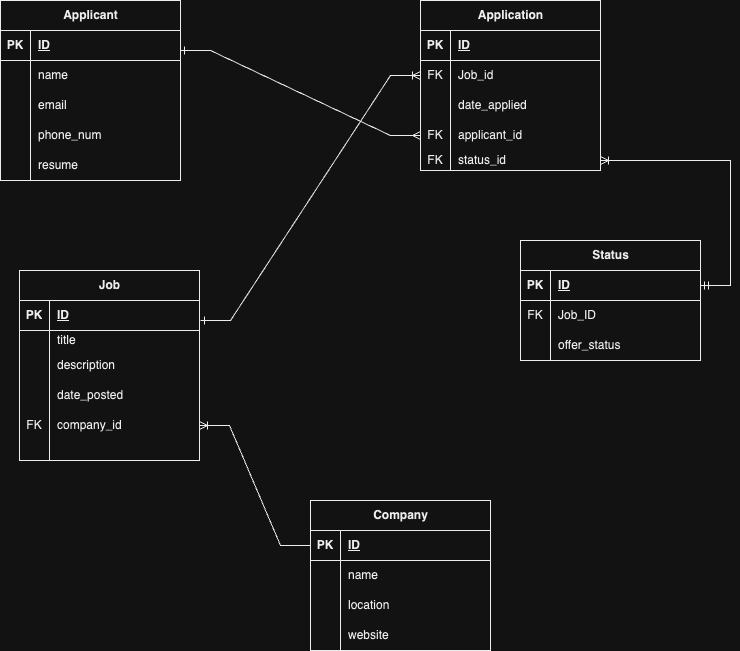
Above: docs/ERD_job_app.drawio.png in Looch8/T2A2-Webserver_API (draw.io), before the change. Source tidied: cells renumbered, new cells last; positions are measured from the earlier drawing's top-left corner, leaving out a move shared by most shapes.
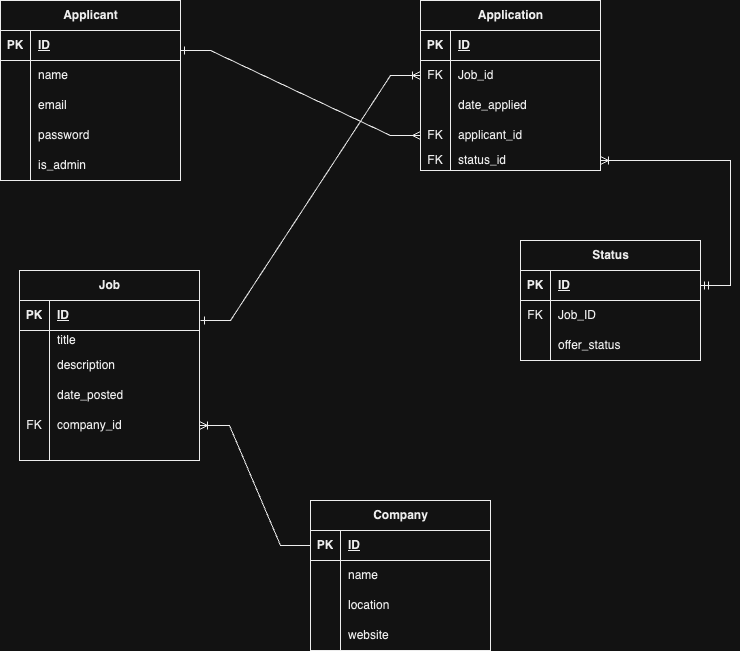
Later version of the same file.

Commit message:
created applicant model and schema

Diff of the diagram source:
```diff
@@ -38,7 +38,7 @@
     <mxCell id="13" style="shape=partialRectangle;fillColor=none;top=0;left=0;bottom=0;right=0;overflow=hidden;whiteSpace=wrap;html=1;" parent="12" vertex="1">
       <mxGeometry width="30" height="30" as="geometry" />
     </mxCell>
-    <mxCell id="14" value="phone_num" style="shape=partialRectangle;fillColor=none;top=0;left=0;bottom=0;right=0;align=left;spacingLeft=6;overflow=hidden;whiteSpace=wrap;html=1;" parent="12" vertex="1">
+    <mxCell id="14" value="password" style="shape=partialRectangle;fillColor=none;top=0;left=0;bottom=0;right=0;align=left;spacingLeft=6;overflow=hidden;whiteSpace=wrap;html=1;" parent="12" vertex="1">
       <mxGeometry x="30" width="150" height="30" as="geometry" />
     </mxCell>
     <mxCell id="15" style="shape=tableRow;horizontal=0;startSize=0;swimlaneHead=0;swimlaneBody=0;fillColor=none;top=0;left=0;right=0;bottom=0;" parent="2" vertex="1">
@@ -47,7 +47,7 @@
     <mxCell id="16" style="shape=partialRectangle;fillColor=none;top=0;left=0;bottom=0;right=0;overflow=hidden;whiteSpace=wrap;html=1;" parent="15" vertex="1">
       <mxGeometry width="30" height="30" as="geometry" />
     </mxCell>
-    <mxCell id="17" value="resume" style="shape=partialRectangle;fillColor=none;top=0;left=0;bottom=0;right=0;align=left;spacingLeft=6;overflow=hidden;whiteSpace=wrap;html=1;" parent="15" vertex="1">
+    <mxCell id="17" value="is_admin" style="shape=partialRectangle;fillColor=none;top=0;left=0;bottom=0;right=0;align=left;spacingLeft=6;overflow=hidden;whiteSpace=wrap;html=1;" parent="15" vertex="1">
       <mxGeometry x="30" width="150" height="30" as="geometry" />
     </mxCell>
     <mxCell id="18" value="Job" style="shape=table;startSize=30;rowLines=0;fontStyle=1;align=center;html=1;" parent="1" vertex="1">
```
